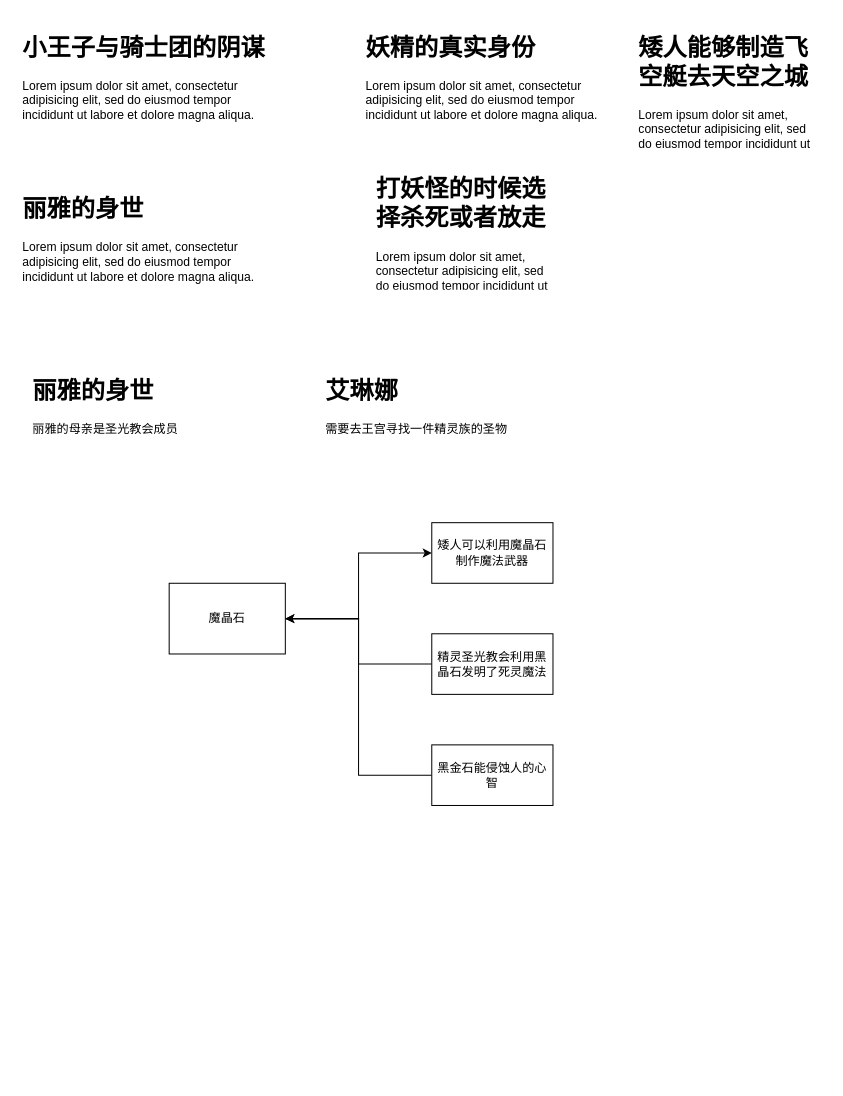
Earlier version of the draw.io diagram page "clue" (9 of 10) of unity.drawio (goldmine/base). Source tidied: cells renumbered, new cells numbered last; positions are measured from the earlier drawing's top-left corner, leaving out a move shared by most shapes. Both pictures are drawn from the tidied source at 101%, with x=0, y=0 at pixel (17, 27).
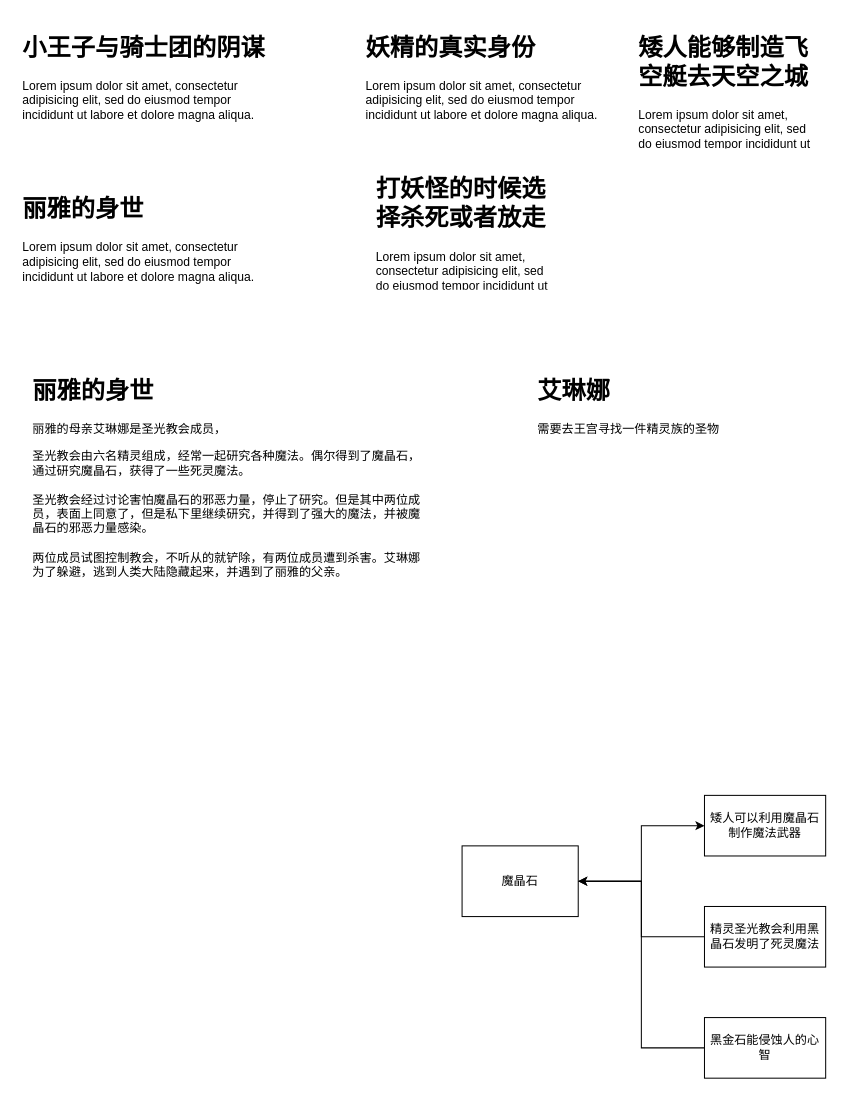
The same diagram, later.

Diff of the diagram source:
```diff
@@
 <mxGraphModel>
   <root>
     <mxCell id="0" />
     <mxCell id="1" parent="0" />
     <mxCell id="2" value="&lt;h1&gt;小王子与骑士团的阴谋&lt;/h1&gt;&lt;p&gt;Lorem ipsum dolor sit amet, consectetur adipisicing elit, sed do eiusmod tempor incididunt ut labore et dolore magna aliqua.&lt;/p&gt;" style="text;html=1;strokeColor=none;fillColor=none;spacing=5;spacingTop=-20;whiteSpace=wrap;overflow=hidden;rounded=0;" parent="1" vertex="1">
       <mxGeometry width="250" height="120" as="geometry" />
     </mxCell>
     <mxCell id="3" value="&lt;h1&gt;妖精的真实身份&lt;/h1&gt;&lt;p&gt;Lorem ipsum dolor sit amet, consectetur adipisicing elit, sed do eiusmod tempor incididunt ut labore et dolore magna aliqua.&lt;/p&gt;" style="text;html=1;strokeColor=none;fillColor=none;spacing=5;spacingTop=-20;whiteSpace=wrap;overflow=hidden;rounded=0;" parent="1" vertex="1">
       <mxGeometry x="340" width="250" height="120" as="geometry" />
     </mxCell>
     <mxCell id="4" value="&lt;h1&gt;丽雅的身世&lt;/h1&gt;&lt;p&gt;Lorem ipsum dolor sit amet, consectetur adipisicing elit, sed do eiusmod tempor incididunt ut labore et dolore magna aliqua.&lt;/p&gt;" style="text;html=1;strokeColor=none;fillColor=none;spacing=5;spacingTop=-20;whiteSpace=wrap;overflow=hidden;rounded=0;" parent="1" vertex="1">
       <mxGeometry y="160" width="250" height="120" as="geometry" />
     </mxCell>
     <mxCell id="5" value="&lt;h1&gt;打妖怪的时候选择杀死或者放走&lt;/h1&gt;&lt;p&gt;Lorem ipsum dolor sit amet, consectetur adipisicing elit, sed do eiusmod tempor incididunt ut labore et dolore magna aliqua.&lt;/p&gt;" style="text;html=1;strokeColor=none;fillColor=none;spacing=5;spacingTop=-20;whiteSpace=wrap;overflow=hidden;rounded=0;" parent="1" vertex="1">
       <mxGeometry x="350" y="140" width="190" height="120" as="geometry" />
     </mxCell>
     <mxCell id="6" value="&lt;h1&gt;矮人能够制造飞空艇去天空之城&lt;/h1&gt;&lt;p&gt;Lorem ipsum dolor sit amet, consectetur adipisicing elit, sed do eiusmod tempor incididunt ut labore et dolore magna aliqua.&lt;/p&gt;" style="text;html=1;strokeColor=none;fillColor=none;spacing=5;spacingTop=-20;whiteSpace=wrap;overflow=hidden;rounded=0;" parent="1" vertex="1">
       <mxGeometry x="610" width="190" height="120" as="geometry" />
     </mxCell>
-    <mxCell id="7" value="&lt;h1&gt;丽雅的身世&lt;/h1&gt;&lt;p&gt;丽雅的母亲是圣光教会成员&lt;/p&gt;" style="text;html=1;strokeColor=none;fillColor=none;spacing=5;spacingTop=-20;whiteSpace=wrap;overflow=hidden;rounded=0;" parent="1" vertex="1">
-      <mxGeometry x="10" y="340" width="250" height="120" as="geometry" />
+    <mxCell id="7" value="&lt;h1&gt;丽雅的身世&lt;/h1&gt;&lt;p&gt;丽雅的母亲艾琳娜是圣光教会成员，&lt;/p&gt;圣光教会由六名精灵组成，经常一起研究各种魔法。偶尔得到了魔晶石，通过研究魔晶石，获得了一些死灵魔法。&lt;br&gt;&lt;br&gt;圣光教会经过讨论害怕魔晶石的邪恶力量，停止了研究。但是其中两位成员，表面上同意了，但是私下里继续研究，并得到了强大的魔法，并被魔晶石的邪恶力量感染。&lt;br&gt;&lt;br&gt;两位成员试图控制教会，不听从的就铲除，有两位成员遭到杀害。艾琳娜为了躲避，逃到人类大陆隐藏起来，并遇到了丽雅的父亲。" style="text;html=1;strokeColor=none;fillColor=none;spacing=5;spacingTop=-20;whiteSpace=wrap;overflow=hidden;rounded=0;" parent="1" vertex="1">
+      <mxGeometry x="10" y="340" width="400" height="240" as="geometry" />
     </mxCell>
     <mxCell id="8" value="&lt;h1&gt;艾琳娜&lt;/h1&gt;&lt;p&gt;需要去王宫寻找一件精灵族的圣物&lt;/p&gt;" style="text;html=1;strokeColor=none;fillColor=none;spacing=5;spacingTop=-20;whiteSpace=wrap;overflow=hidden;rounded=0;" parent="1" vertex="1">
-      <mxGeometry x="300" y="340" width="250" height="120" as="geometry" />
+      <mxGeometry x="510" y="340" width="250" height="120" as="geometry" />
     </mxCell>
     <mxCell id="9" style="edgeStyle=orthogonalEdgeStyle;rounded=0;jettySize=auto;html=1;" parent="1" edge="1" source="10" target="11">
       <mxGeometry relative="1" as="geometry" />
     </mxCell>
     <mxCell id="10" value="魔晶石" style="rounded=0;whiteSpace=wrap;html=1;" parent="1" vertex="1">
-      <mxGeometry x="150" y="550" width="115" height="70" as="geometry" />
+      <mxGeometry x="440" y="810" width="115" height="70" as="geometry" />
     </mxCell>
     <mxCell id="11" value="矮人可以利用魔晶石制作魔法武器" style="whiteSpace=wrap;html=1;rounded=0;" parent="1" vertex="1">
-      <mxGeometry x="410" y="490" width="120" height="60" as="geometry" />
+      <mxGeometry x="680" y="760" width="120" height="60" as="geometry" />
     </mxCell>
     <mxCell id="12" style="edgeStyle=orthogonalEdgeStyle;rounded=0;jettySize=auto;html=1;" parent="1" edge="1" source="13" target="10">
       <mxGeometry relative="1" as="geometry" />
     </mxCell>
     <mxCell id="13" value="精灵圣光教会利用黑晶石发明了死灵魔法" style="rounded=0;whiteSpace=wrap;html=1;" parent="1" vertex="1">
-      <mxGeometry x="410" y="600" width="120" height="60" as="geometry" />
+      <mxGeometry x="680" y="870" width="120" height="60" as="geometry" />
     </mxCell>
     <mxCell id="14" style="edgeStyle=orthogonalEdgeStyle;rounded=0;jettySize=auto;html=1;entryX=1;entryY=0.5;entryDx=0;entryDy=0;" parent="1" edge="1" source="15" target="10">
       <mxGeometry relative="1" as="geometry" />
     </mxCell>
     <mxCell id="15" value="黑金石能侵蚀人的心智" style="rounded=0;whiteSpace=wrap;html=1;" parent="1" vertex="1">
-      <mxGeometry x="410" y="710" width="120" height="60" as="geometry" />
+      <mxGeometry x="680" y="980" width="120" height="60" as="geometry" />
     </mxCell>
   </root>
 </mxGraphModel>
```
